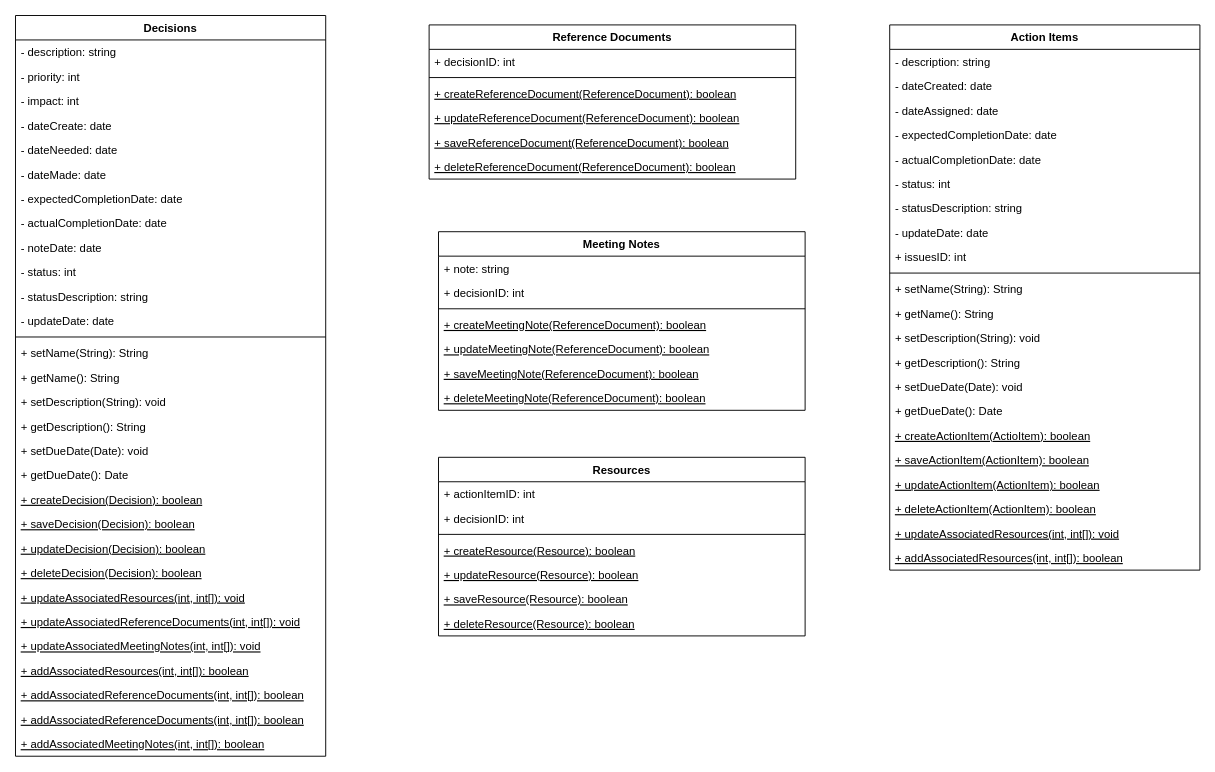
The draw.io diagram diagrams/umlAlice.drawio in alicebalayan/comp380---project3, before the edit. Source tidied: cells renumbered, new cells numbered last; positions are measured from the earlier drawing's top-left corner, leaving out a move shared by most shapes. Both pictures are drawn from the tidied source at 94%, with x=0, y=0 at pixel (15, 15).
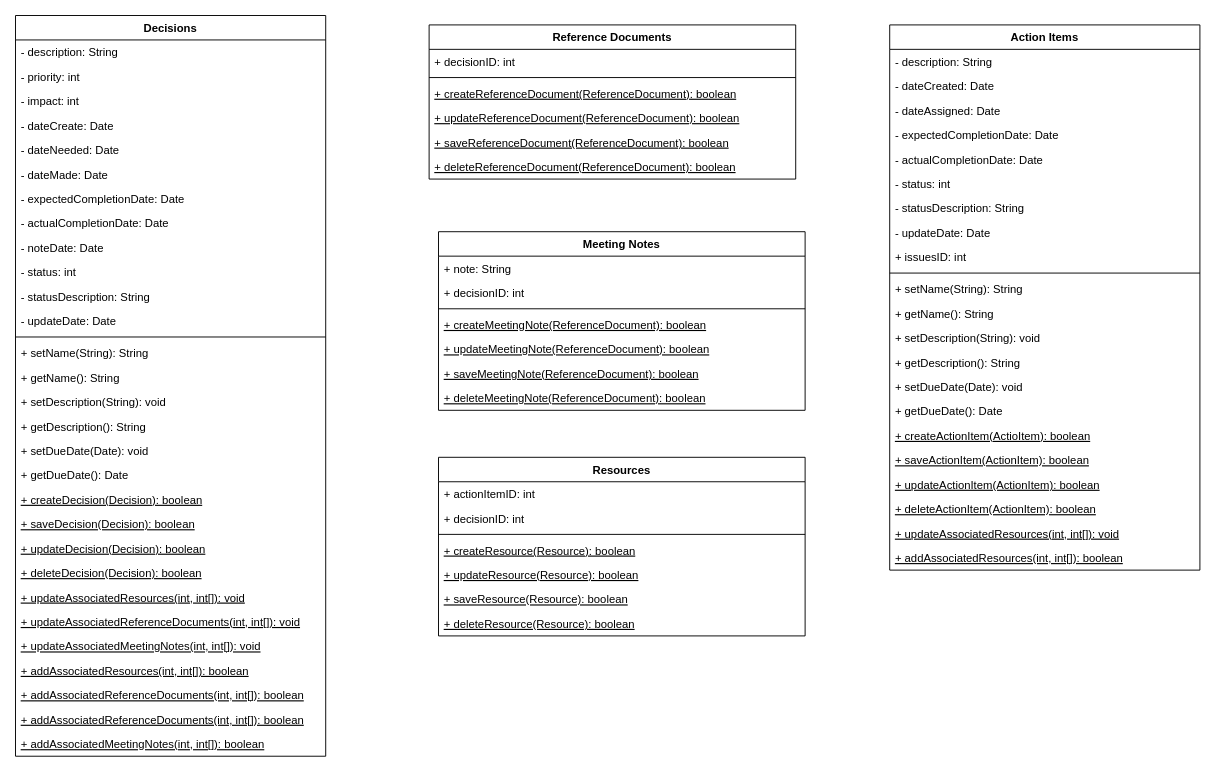
Above is the later version.

Commit message:
edit date to Date and string to String

The change refers to these unchanged cells:
```xml
<mxCell id="2" value="Decisions" style="swimlane;fontStyle=1;align=center;verticalAlign=top;horizontal=1;startSize=26;" parent="1" vertex="1">
  <mxGeometry width="330" height="788" as="geometry" />
</mxCell>
<mxCell id="40" value="Meeting Notes" style="swimlane;fontStyle=1;align=center;verticalAlign=top;horizontal=1;startSize=26;" parent="1" vertex="1">
  <mxGeometry x="450" y="230" width="390" height="190" as="geometry" />
</mxCell>
<mxCell id="56" value="Action Items" style="swimlane;fontStyle=1;align=center;verticalAlign=top;horizontal=1;startSize=26;" parent="1" vertex="1">
  <mxGeometry x="930" y="10" width="330" height="580" as="geometry" />
</mxCell>
```

Diff of the diagram source:
```diff
@@
-    <mxCell id="3" value="- description: string" style="text;strokeColor=none;fillColor=none;align=left;verticalAlign=top;spacingLeft=4;spacingRight=4;overflow=hidden;" parent="2" vertex="1">
+    <mxCell id="3" value="- description: String" style="text;strokeColor=none;fillColor=none;align=left;verticalAlign=top;spacingLeft=4;spacingRight=4;overflow=hidden;" parent="2" vertex="1">
       <mxGeometry y="26" width="330" height="26" as="geometry" />
     </mxCell>
@@
-    <mxCell id="6" value="- dateCreate: date" style="text;strokeColor=none;fillColor=none;align=left;verticalAlign=top;spacingLeft=4;spacingRight=4;overflow=hidden;" parent="2" vertex="1">
+    <mxCell id="6" value="- dateCreate: Date" style="text;strokeColor=none;fillColor=none;align=left;verticalAlign=top;spacingLeft=4;spacingRight=4;overflow=hidden;" parent="2" vertex="1">
       <mxGeometry y="104" width="330" height="26" as="geometry" />
     </mxCell>
-    <mxCell id="7" value="- dateNeeded: date" style="text;strokeColor=none;fillColor=none;align=left;verticalAlign=top;spacingLeft=4;spacingRight=4;overflow=hidden;" parent="2" vertex="1">
+    <mxCell id="7" value="- dateNeeded: Date" style="text;strokeColor=none;fillColor=none;align=left;verticalAlign=top;spacingLeft=4;spacingRight=4;overflow=hidden;" parent="2" vertex="1">
       <mxGeometry y="130" width="330" height="26" as="geometry" />
     </mxCell>
-    <mxCell id="8" value="- dateMade: date" style="text;strokeColor=none;fillColor=none;align=left;verticalAlign=top;spacingLeft=4;spacingRight=4;overflow=hidden;" parent="2" vertex="1">
+    <mxCell id="8" value="- dateMade: Date" style="text;strokeColor=none;fillColor=none;align=left;verticalAlign=top;spacingLeft=4;spacingRight=4;overflow=hidden;" parent="2" vertex="1">
       <mxGeometry y="156" width="330" height="26" as="geometry" />
     </mxCell>
-    <mxCell id="9" value="- expectedCompletionDate: date&#10;" style="text;strokeColor=none;fillColor=none;align=left;verticalAlign=top;spacingLeft=4;spacingRight=4;overflow=hidden;" parent="2" vertex="1">
+    <mxCell id="9" value="- expectedCompletionDate: Date&#10;" style="text;strokeColor=none;fillColor=none;align=left;verticalAlign=top;spacingLeft=4;spacingRight=4;overflow=hidden;" parent="2" vertex="1">
       <mxGeometry y="182" width="330" height="26" as="geometry" />
     </mxCell>
-    <mxCell id="10" value="- actualCompletionDate: date" style="text;strokeColor=none;fillColor=none;align=left;verticalAlign=top;spacingLeft=4;spacingRight=4;overflow=hidden;" parent="2" vertex="1">
+    <mxCell id="10" value="- actualCompletionDate: Date" style="text;strokeColor=none;fillColor=none;align=left;verticalAlign=top;spacingLeft=4;spacingRight=4;overflow=hidden;" parent="2" vertex="1">
       <mxGeometry y="208" width="330" height="26" as="geometry" />
     </mxCell>
-    <mxCell id="11" value="- noteDate: date" style="text;strokeColor=none;fillColor=none;align=left;verticalAlign=top;spacingLeft=4;spacingRight=4;overflow=hidden;" parent="2" vertex="1">
+    <mxCell id="11" value="- noteDate: Date" style="text;strokeColor=none;fillColor=none;align=left;verticalAlign=top;spacingLeft=4;spacingRight=4;overflow=hidden;" parent="2" vertex="1">
       <mxGeometry y="234" width="330" height="26" as="geometry" />
     </mxCell>
@@
-    <mxCell id="13" value="- statusDescription: string" style="text;strokeColor=none;fillColor=none;align=left;verticalAlign=top;spacingLeft=4;spacingRight=4;overflow=hidden;" parent="2" vertex="1">
+    <mxCell id="13" value="- statusDescription: String" style="text;strokeColor=none;fillColor=none;align=left;verticalAlign=top;spacingLeft=4;spacingRight=4;overflow=hidden;" parent="2" vertex="1">
       <mxGeometry y="286" width="330" height="26" as="geometry" />
     </mxCell>
-    <mxCell id="14" value="- updateDate: date" style="text;strokeColor=none;fillColor=none;align=left;verticalAlign=top;spacingLeft=4;spacingRight=4;overflow=hidden;" parent="2" vertex="1">
+    <mxCell id="14" value="- updateDate: Date" style="text;strokeColor=none;fillColor=none;align=left;verticalAlign=top;spacingLeft=4;spacingRight=4;overflow=hidden;" parent="2" vertex="1">
       <mxGeometry y="312" width="330" height="26" as="geometry" />
     </mxCell>
@@
-    <mxCell id="41" value="+ note: string" style="text;strokeColor=none;fillColor=none;align=left;verticalAlign=top;spacingLeft=4;spacingRight=4;overflow=hidden;" parent="40" vertex="1">
+    <mxCell id="41" value="+ note: String" style="text;strokeColor=none;fillColor=none;align=left;verticalAlign=top;spacingLeft=4;spacingRight=4;overflow=hidden;" parent="40" vertex="1">
       <mxGeometry y="26" width="390" height="26" as="geometry" />
     </mxCell>
@@
-    <mxCell id="57" value="- description: string" style="text;strokeColor=none;fillColor=none;align=left;verticalAlign=top;spacingLeft=4;spacingRight=4;overflow=hidden;" parent="56" vertex="1">
+    <mxCell id="57" value="- description: String" style="text;strokeColor=none;fillColor=none;align=left;verticalAlign=top;spacingLeft=4;spacingRight=4;overflow=hidden;" parent="56" vertex="1">
       <mxGeometry y="26" width="330" height="26" as="geometry" />
     </mxCell>
-    <mxCell id="58" value="- dateCreated: date" style="text;strokeColor=none;fillColor=none;align=left;verticalAlign=top;spacingLeft=4;spacingRight=4;overflow=hidden;" parent="56" vertex="1">
+    <mxCell id="58" value="- dateCreated: Date" style="text;strokeColor=none;fillColor=none;align=left;verticalAlign=top;spacingLeft=4;spacingRight=4;overflow=hidden;" parent="56" vertex="1">
       <mxGeometry y="52" width="330" height="26" as="geometry" />
     </mxCell>
-    <mxCell id="59" value="- dateAssigned: date" style="text;strokeColor=none;fillColor=none;align=left;verticalAlign=top;spacingLeft=4;spacingRight=4;overflow=hidden;" parent="56" vertex="1">
+    <mxCell id="59" value="- dateAssigned: Date" style="text;strokeColor=none;fillColor=none;align=left;verticalAlign=top;spacingLeft=4;spacingRight=4;overflow=hidden;" parent="56" vertex="1">
       <mxGeometry y="78" width="330" height="26" as="geometry" />
     </mxCell>
-    <mxCell id="60" value="- expectedCompletionDate: date&#10;" style="text;strokeColor=none;fillColor=none;align=left;verticalAlign=top;spacingLeft=4;spacingRight=4;overflow=hidden;" parent="56" vertex="1">
+    <mxCell id="60" value="- expectedCompletionDate: Date&#10;" style="text;strokeColor=none;fillColor=none;align=left;verticalAlign=top;spacingLeft=4;spacingRight=4;overflow=hidden;" parent="56" vertex="1">
       <mxGeometry y="104" width="330" height="26" as="geometry" />
     </mxCell>
-    <mxCell id="61" value="- actualCompletionDate: date" style="text;strokeColor=none;fillColor=none;align=left;verticalAlign=top;spacingLeft=4;spacingRight=4;overflow=hidden;" parent="56" vertex="1">
+    <mxCell id="61" value="- actualCompletionDate: Date" style="text;strokeColor=none;fillColor=none;align=left;verticalAlign=top;spacingLeft=4;spacingRight=4;overflow=hidden;" parent="56" vertex="1">
       <mxGeometry y="130" width="330" height="26" as="geometry" />
     </mxCell>
@@
-    <mxCell id="63" value="- statusDescription: string" style="text;strokeColor=none;fillColor=none;align=left;verticalAlign=top;spacingLeft=4;spacingRight=4;overflow=hidden;" parent="56" vertex="1">
+    <mxCell id="63" value="- statusDescription: String" style="text;strokeColor=none;fillColor=none;align=left;verticalAlign=top;spacingLeft=4;spacingRight=4;overflow=hidden;" parent="56" vertex="1">
       <mxGeometry y="182" width="330" height="26" as="geometry" />
     </mxCell>
-    <mxCell id="64" value="- updateDate: date" style="text;strokeColor=none;fillColor=none;align=left;verticalAlign=top;spacingLeft=4;spacingRight=4;overflow=hidden;" parent="56" vertex="1">
+    <mxCell id="64" value="- updateDate: Date" style="text;strokeColor=none;fillColor=none;align=left;verticalAlign=top;spacingLeft=4;spacingRight=4;overflow=hidden;" parent="56" vertex="1">
       <mxGeometry y="208" width="330" height="26" as="geometry" />
     </mxCell>
```
